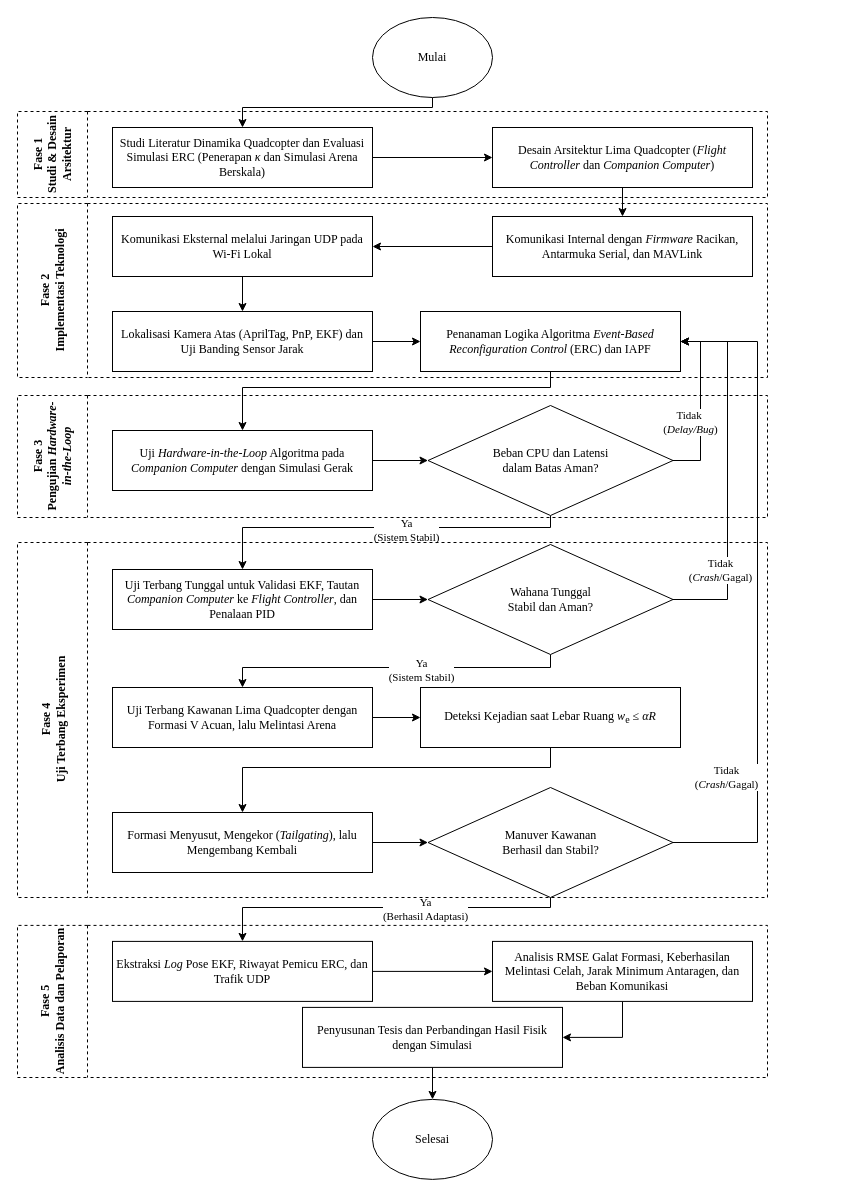
Before: page "Metodologi" (1 of 3) of tulisan/diagrams/proposal-tesis.drawio in izmaherdian/tesis-swarm-quadcopter, a draw.io diagram. Source tidied: cells renumbered, new cells numbered last; positions are measured from the earlier drawing's top-left corner, leaving out a move shared by most shapes. Both pictures are drawn from the tidied source at 100%, with x=0, y=0 at pixel (17, 17).
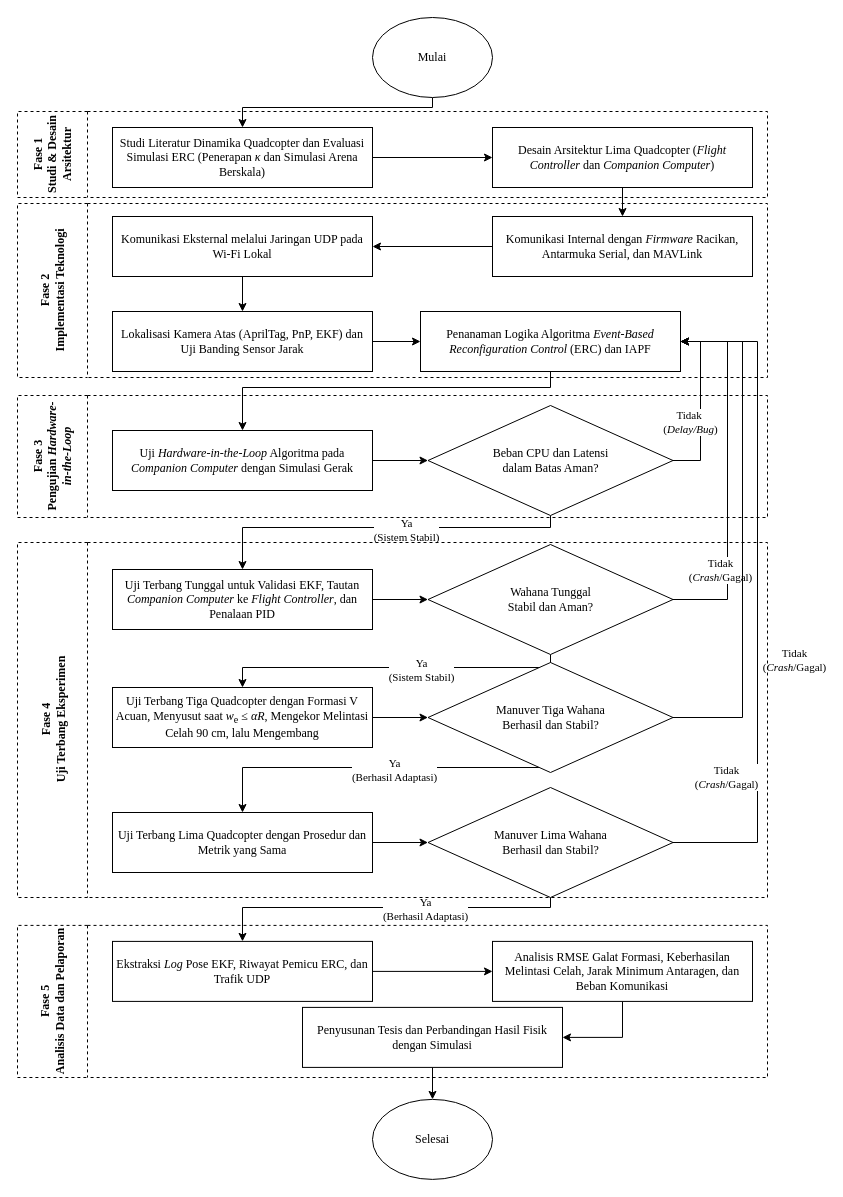
The same page after the edit.

Commit message (it also covers changes not shown here):
proposal: anggaran Fase 4 jadi tiga tabel dan diagram metodologi diperbarui

Unchanged cells that the change refers to:
```xml
<mxCell id="15" value="Penanaman Logika Algoritma &lt;i&gt;Event-Based Reconfiguration Control&lt;/i&gt; (ERC) dan IAPF" style="rounded=0;whiteSpace=wrap;html=1;fontFamily=Times New Roman;" parent="1" vertex="1">
  <mxGeometry x="403" y="294" width="260" height="60" as="geometry" />
</mxCell>
<mxCell id="37" style="edgeStyle=orthogonalEdgeStyle;rounded=0;jettySize=auto;html=1;entryX=0.5;entryY=0;entryDx=0;entryDy=0;fontFamily=Times New Roman;" parent="1" edge="1" source="38" target="40">
  <mxGeometry relative="1" as="geometry">
    <Array as="points">
      <mxPoint x="533" y="750" />
      <mxPoint x="225" y="750" />
    </Array>
  </mxGeometry>
</mxCell>
```

Diff of the diagram source:
```diff
@@
-    <mxCell id="31" value="Uji Terbang Kawanan Lima Quadcopter dengan Formasi V Acuan, lalu Melintasi Arena" style="rounded=0;whiteSpace=wrap;html=1;fontFamily=Times New Roman;" parent="1" vertex="1">
+    <mxCell id="31" value="Uji Terbang Tiga Quadcopter dengan Formasi V Acuan, Menyusut saat &lt;i&gt;w&lt;/i&gt;&lt;sub&gt;e&lt;/sub&gt; ≤ &lt;i&gt;αR&lt;/i&gt;, Mengekor Melintasi Celah 90 cm, lalu Mengembang" style="rounded=0;whiteSpace=wrap;html=1;fontFamily=Times New Roman;" parent="1" vertex="1">
       <mxGeometry x="95" y="670" width="260" height="60" as="geometry" />
     </mxCell>
@@
-    <mxCell id="36" value="Manuver Kawanan&lt;div&gt;Berhasil dan Stabil?&lt;/div&gt;" style="rhombus;whiteSpace=wrap;html=1;fontFamily=Times New Roman;" parent="1" vertex="1">
+    <mxCell id="36" value="Manuver Lima Wahana&lt;div&gt;Berhasil dan Stabil?&lt;/div&gt;" style="rhombus;whiteSpace=wrap;html=1;fontFamily=Times New Roman;" parent="1" vertex="1">
       <mxGeometry x="410.5" y="770" width="245" height="110" as="geometry" />
     </mxCell>
@@
-    <mxCell id="38" value="Deteksi Kejadian saat Lebar Ruang &lt;i&gt;w&lt;/i&gt;&lt;sub&gt;e&lt;/sub&gt; ≤ &lt;i&gt;αR&lt;/i&gt;" style="rounded=0;whiteSpace=wrap;html=1;fontFamily=Times New Roman;" parent="1" vertex="1">
-      <mxGeometry x="403" y="670" width="260" height="60" as="geometry" />
+    <mxCell id="38" value="Manuver Tiga Wahana&lt;div&gt;Berhasil dan Stabil?&lt;/div&gt;" style="rhombus;whiteSpace=wrap;html=1;fontFamily=Times New Roman;" parent="1" vertex="1">
+      <mxGeometry x="410.5" y="645" width="245" height="110" as="geometry" />
     </mxCell>
@@
-    <mxCell id="40" value="Formasi Menyusut, Mengekor (&lt;i&gt;Tailgating&lt;/i&gt;), lalu Mengembang Kembali" style="rounded=0;whiteSpace=wrap;html=1;fontFamily=Times New Roman;" parent="1" vertex="1">
+    <mxCell id="40" value="Uji Terbang Lima Quadcopter dengan Prosedur dan Metrik yang Sama" style="rounded=0;whiteSpace=wrap;html=1;fontFamily=Times New Roman;" parent="1" vertex="1">
       <mxGeometry x="95" y="795" width="260" height="60" as="geometry" />
     </mxCell>
@@
+    <mxCell id="53" style="edgeStyle=orthogonalEdgeStyle;rounded=0;jettySize=auto;html=1;entryX=1;entryY=0.5;entryDx=0;entryDy=0;fontFamily=Times New Roman;" parent="1" edge="1" source="38" target="15">
+      <mxGeometry relative="1" as="geometry">
+        <Array as="points">
+          <mxPoint x="725" y="700" />
+          <mxPoint x="725" y="324" />
+        </Array>
+      </mxGeometry>
+    </mxCell>
+    <mxCell id="54" value="Tidak&lt;div&gt;(&lt;i&gt;Crash&lt;/i&gt;/Gagal)&lt;/div&gt;" style="edgeLabel;html=1;align=center;verticalAlign=middle;fontFamily=Times New Roman;" parent="53" vertex="1">
+      <mxGeometry x="-0.5" y="4" relative="1" as="geometry">
+        <mxPoint x="55" as="offset" />
+      </mxGeometry>
+    </mxCell>
+    <mxCell id="55" value="Ya&lt;div&gt;(Berhasil Adaptasi)&lt;/div&gt;" style="edgeLabel;html=1;align=center;verticalAlign=middle;fontFamily=Times New Roman;" parent="37" vertex="1">
+      <mxGeometry x="-0.15" y="2" relative="1" as="geometry" />
+    </mxCell>
```
